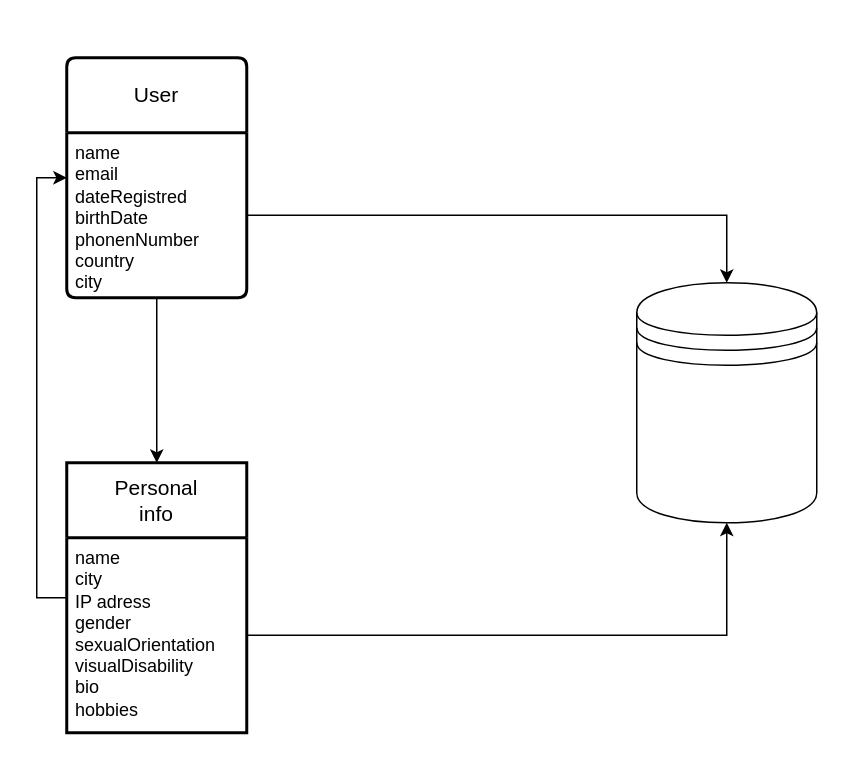
Above: Diagrama sin título.drawio in carrera29/My_SQL (draw.io), before the change. Source tidied: cells renumbered, new cells numbered last; positions are measured from the earlier drawing's top-left corner, leaving out a move shared by most shapes. Both pictures are drawn from the tidied source at 150%, with x=0, y=0 at pixel (66, 57).
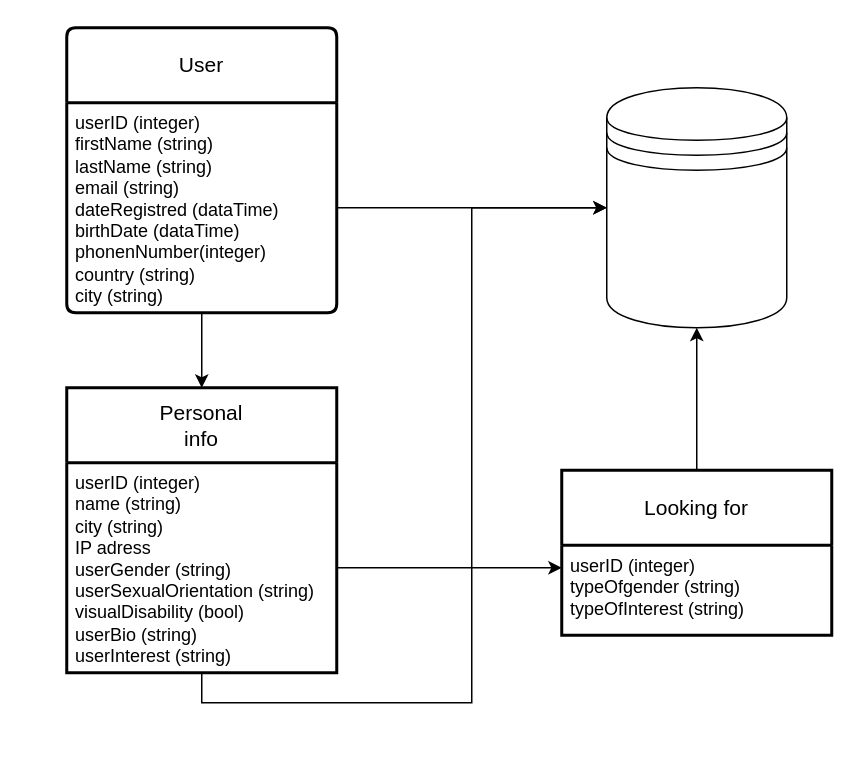
After the change.

Diff of the diagram source:
```diff
@@
 <mxGraphModel>
   <root>
     <mxCell id="0" />
     <mxCell id="1" parent="0" />
     <mxCell id="2" value="User" style="swimlane;horizontal=1;startSize=50;rounded=1;fontSize=14;fontStyle=0;strokeWidth=2;shadow=0;dashed=0;align=center;arcSize=4;whiteSpace=wrap;html=1;" parent="1" vertex="1">
-      <mxGeometry width="120" height="160" as="geometry" />
+      <mxGeometry y="-20" width="180" height="190" as="geometry" />
     </mxCell>
-    <mxCell id="3" value="name&lt;br&gt;email&lt;br&gt;dateRegistred&lt;br&gt;birthDate&lt;br&gt;phonenNumber&lt;br&gt;country&lt;br&gt;city" style="align=left;strokeColor=none;fillColor=none;spacingLeft=4;fontSize=12;verticalAlign=top;html=1;" parent="2" vertex="1">
-      <mxGeometry y="50" width="120" height="110" as="geometry" />
+    <mxCell id="3" value="userID (integer)&lt;br&gt;firstName (string)&lt;br&gt;lastName (string)&lt;br&gt;email (string)&lt;br&gt;dateRegistred (dataTime)&lt;br&gt;birthDate (dataTime)&lt;br&gt;phonenNumber(integer)&lt;br&gt;country (string)&lt;br&gt;city (string)" style="align=left;strokeColor=none;fillColor=none;spacingLeft=4;fontSize=12;verticalAlign=top;html=1;" parent="2" vertex="1">
+      <mxGeometry y="50" width="180" height="140" as="geometry" />
     </mxCell>
-    <mxCell id="4" style="edgeStyle=orthogonalEdgeStyle;rounded=0;jettySize=auto;html=1;exitX=0;exitY=0.5;exitDx=0;exitDy=0;entryX=0;entryY=0.5;entryDx=0;entryDy=0;" parent="1" edge="1" source="5" target="2">
-      <mxGeometry relative="1" as="geometry" />
-    </mxCell>
     <mxCell id="5" value="Personal&lt;br&gt;info" style="swimlane;horizontal=1;startSize=50;rounded=1;fontSize=14;fontStyle=0;strokeWidth=2;shadow=0;dashed=0;align=center;arcSize=0;whiteSpace=wrap;html=1;" parent="1" vertex="1">
-      <mxGeometry y="270" width="120" height="180" as="geometry" />
+      <mxGeometry y="220" width="180" height="190" as="geometry" />
     </mxCell>
-    <mxCell id="6" value="name&lt;br&gt;city&lt;br&gt;IP adress&lt;br&gt;gender&lt;br&gt;sexualOrientation&lt;br&gt;visualDisability&lt;br&gt;bio&lt;br&gt;hobbies" style="align=left;strokeColor=none;fillColor=none;spacingLeft=4;fontSize=12;verticalAlign=top;html=1;" parent="5" vertex="1">
-      <mxGeometry y="50" width="120" height="130" as="geometry" />
+    <mxCell id="6" value="userID (integer)&lt;br&gt;name (string)&lt;br&gt;city (string)&lt;br&gt;IP adress&amp;nbsp;&lt;br&gt;userGender (string)&lt;br&gt;userSexualOrientation (string)&lt;br&gt;visualDisability (bool)&lt;br&gt;userBio (string)&lt;br&gt;userInterest (string)" style="align=left;strokeColor=none;fillColor=none;spacingLeft=4;fontSize=12;verticalAlign=top;html=1;" parent="5" vertex="1">
+      <mxGeometry y="50" width="180" height="140" as="geometry" />
     </mxCell>
     <mxCell id="7" style="edgeStyle=orthogonalEdgeStyle;rounded=0;jettySize=auto;html=1;exitX=0.5;exitY=1;exitDx=0;exitDy=0;entryX=0.5;entryY=0;entryDx=0;entryDy=0;" parent="1" edge="1" source="3" target="5">
       <mxGeometry relative="1" as="geometry" />
     </mxCell>
     <mxCell id="8" style="shape=datastore;whiteSpace=wrap;html=1;" parent="1" vertex="1">
-      <mxGeometry x="380" y="150" width="120" height="160" as="geometry" />
+      <mxGeometry x="360" y="20" width="120" height="160" as="geometry" />
     </mxCell>
+    <mxCell id="10" style="edgeStyle=orthogonalEdgeStyle;rounded=0;jettySize=auto;html=1;exitX=1;exitY=0.5;exitDx=0;exitDy=0;entryX=0;entryY=0.5;entryDx=0;entryDy=0;" parent="1" edge="1" source="3" target="8">
+      <mxGeometry relative="1" as="geometry" />
+    </mxCell>
+    <mxCell id="11" style="edgeStyle=orthogonalEdgeStyle;rounded=0;jettySize=auto;html=1;exitX=0.5;exitY=0;exitDx=0;exitDy=0;entryX=0.5;entryY=1;entryDx=0;entryDy=0;" parent="1" edge="1" source="12" target="8">
+      <mxGeometry relative="1" as="geometry" />
+    </mxCell>
+    <mxCell id="12" value="Looking for" style="swimlane;horizontal=1;startSize=50;rounded=1;fontSize=14;fontStyle=0;strokeWidth=2;shadow=0;dashed=0;align=center;arcSize=0;whiteSpace=wrap;html=1;" parent="1" vertex="1">
+      <mxGeometry x="330" y="275" width="180" height="110" as="geometry" />
+    </mxCell>
+    <mxCell id="13" value="userID (integer)&lt;br&gt;typeOfgender (string)&lt;br&gt;typeOfInterest&amp;nbsp;(string)" style="align=left;strokeColor=none;fillColor=none;spacingLeft=4;fontSize=12;verticalAlign=top;html=1;" parent="12" vertex="1">
+      <mxGeometry y="50" width="180" height="60" as="geometry" />
+    </mxCell>
+    <mxCell id="14" style="edgeStyle=orthogonalEdgeStyle;rounded=0;jettySize=auto;html=1;exitX=1;exitY=0.5;exitDx=0;exitDy=0;entryX=0;entryY=0.25;entryDx=0;entryDy=0;" parent="1" edge="1" source="6" target="13">
+      <mxGeometry relative="1" as="geometry" />
+    </mxCell>
-    <mxCell id="9" style="edgeStyle=orthogonalEdgeStyle;rounded=0;jettySize=auto;html=1;exitX=1;exitY=0.5;exitDx=0;exitDy=0;entryX=0.5;entryY=1;entryDx=0;entryDy=0;" parent="1" edge="1" source="6" target="8">
+    <mxCell id="9" style="edgeStyle=orthogonalEdgeStyle;rounded=0;jettySize=auto;html=1;exitX=0.5;exitY=1;exitDx=0;exitDy=0;entryX=0;entryY=0.5;entryDx=0;entryDy=0;" parent="1" edge="1" source="6" target="8">
       <mxGeometry relative="1" as="geometry" />
     </mxCell>
-    <mxCell id="10" style="edgeStyle=orthogonalEdgeStyle;rounded=0;jettySize=auto;html=1;exitX=1;exitY=0.5;exitDx=0;exitDy=0;entryX=0.5;entryY=0;entryDx=0;entryDy=0;" parent="1" edge="1" source="3" target="8">
-      <mxGeometry relative="1" as="geometry" />
-    </mxCell>
   </root>
 </mxGraphModel>
```
